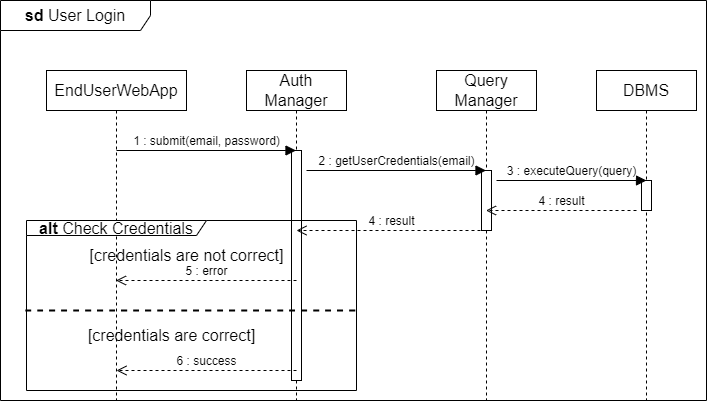
The draw.io diagram DD/images/runtimeviews/RuntimeView_UserLogin.png in pontig/sw-eng-2-PasiniPontiggiaStasi, before a commit. Source tidied: cells renumbered, new cells last; positions are measured from the earlier drawing's top-left corner, leaving out a move shared by most shapes. Its diagram source:
```xml
<mxGraphModel>
  <root>
    <mxCell id="0" />
    <mxCell id="1" parent="0" />
    <mxCell id="2" value="&lt;b&gt;sd &lt;/b&gt;User Login" style="shape=umlFrame;whiteSpace=wrap;html=1;fontSize=16;width=150;height=30;" parent="1" vertex="1">
      <mxGeometry width="706" height="400" as="geometry" />
    </mxCell>
    <mxCell id="3" value="EndUserWebApp" style="shape=umlLifeline;perimeter=lifelinePerimeter;whiteSpace=wrap;html=1;outlineConnect=0;portConstraint=eastwest;newEdgeStyle={&quot;curved&quot;:0,&quot;rounded&quot;:0};fontSize=16;" parent="1" vertex="1">
      <mxGeometry x="46" y="70" width="140" height="330" as="geometry" />
    </mxCell>
    <mxCell id="4" value="Auth Manager" style="shape=umlLifeline;perimeter=lifelinePerimeter;whiteSpace=wrap;html=1;outlineConnect=0;portConstraint=eastwest;newEdgeStyle={&quot;curved&quot;:0,&quot;rounded&quot;:0};fontSize=16;" parent="1" vertex="1">
      <mxGeometry x="246" y="70" width="100" height="330" as="geometry" />
    </mxCell>
    <mxCell id="5" style="html=1;perimeter=orthogonalPerimeter;targetShapes=umlLifeline;newEdgeStyle={&quot;curved&quot;:0,&quot;rounded&quot;:0};fontSize=16;" parent="4" vertex="1">
      <mxGeometry x="45" y="80" width="10" height="230" as="geometry" />
    </mxCell>
    <mxCell id="6" value="Query Manager" style="shape=umlLifeline;perimeter=lifelinePerimeter;whiteSpace=wrap;html=1;outlineConnect=0;portConstraint=eastwest;newEdgeStyle={&quot;curved&quot;:0,&quot;rounded&quot;:0};fontSize=16;" parent="1" vertex="1">
      <mxGeometry x="436" y="70" width="100" height="330" as="geometry" />
    </mxCell>
    <mxCell id="7" style="html=1;perimeter=orthogonalPerimeter;targetShapes=umlLifeline;newEdgeStyle={&quot;curved&quot;:0,&quot;rounded&quot;:0};fontSize=16;" parent="6" vertex="1">
      <mxGeometry x="45" y="100" width="10" height="60" as="geometry" />
    </mxCell>
    <mxCell id="8" value="DBMS" style="shape=umlLifeline;perimeter=lifelinePerimeter;whiteSpace=wrap;html=1;newEdgeStyle={&quot;curved&quot;:0,&quot;rounded&quot;:0};fontSize=16;" parent="1" vertex="1">
      <mxGeometry x="596" y="70" width="100" height="330" as="geometry" />
    </mxCell>
    <mxCell id="9" style="html=1;perimeter=orthogonalPerimeter;targetShapes=umlLifeline;newEdgeStyle={&quot;curved&quot;:0,&quot;rounded&quot;:0};fontSize=16;" parent="8" vertex="1">
      <mxGeometry x="45" y="110" width="10" height="30" as="geometry" />
    </mxCell>
    <mxCell id="10" value="1 : submit(email, password)" style="html=1;verticalAlign=bottom;endArrow=block;curved=0;rounded=0;fontSize=12;startSize=8;endSize=8;" parent="1" edge="1" target="4">
      <mxGeometry relative="1" as="geometry">
        <mxPoint x="116" y="150" as="sourcePoint" />
      </mxGeometry>
    </mxCell>
    <mxCell id="11" value="2 : getUserCredentials(email)" style="html=1;verticalAlign=bottom;endArrow=block;curved=0;rounded=0;fontSize=12;startSize=8;endSize=8;" parent="1" edge="1" target="6">
      <mxGeometry relative="1" as="geometry">
        <mxPoint x="306" y="170" as="sourcePoint" />
      </mxGeometry>
    </mxCell>
    <mxCell id="12" value="3 : executeQuery(query)" style="html=1;verticalAlign=bottom;endArrow=block;curved=0;rounded=0;fontSize=12;startSize=8;endSize=8;" parent="1" edge="1">
      <mxGeometry relative="1" as="geometry">
        <mxPoint x="496" y="180" as="sourcePoint" />
        <mxPoint x="646" y="180" as="targetPoint" />
      </mxGeometry>
    </mxCell>
    <mxCell id="13" value="4 : result" style="html=1;verticalAlign=bottom;endArrow=open;dashed=1;endSize=8;curved=0;rounded=0;fontSize=12;" parent="1" edge="1" target="6">
      <mxGeometry relative="1" as="geometry">
        <mxPoint x="636" y="210" as="sourcePoint" />
      </mxGeometry>
    </mxCell>
    <mxCell id="14" value="4 : result" style="html=1;verticalAlign=bottom;endArrow=open;dashed=1;endSize=8;curved=0;rounded=0;fontSize=12;" parent="1" edge="1">
      <mxGeometry relative="1" as="geometry">
        <mxPoint x="486" y="230" as="sourcePoint" />
        <mxPoint x="296" y="230" as="targetPoint" />
      </mxGeometry>
    </mxCell>
    <mxCell id="15" value="&lt;b&gt;alt &lt;/b&gt;Check Credentials" style="shape=umlFrame;whiteSpace=wrap;html=1;fontSize=16;width=180;height=15;" parent="1" vertex="1">
      <mxGeometry x="26" y="220" width="330" height="170" as="geometry" />
    </mxCell>
    <mxCell id="16" value="[credentials are not correct]" style="text;html=1;align=center;verticalAlign=middle;strokeColor=none;fillColor=none;fontSize=16;" parent="1" vertex="1">
      <mxGeometry x="76" y="240" width="220" height="30" as="geometry" />
    </mxCell>
    <mxCell id="17" value="5 : error" style="html=1;verticalAlign=bottom;endArrow=open;dashed=1;endSize=8;curved=0;rounded=0;fontSize=12;" parent="1" edge="1" target="3">
      <mxGeometry relative="1" as="geometry">
        <mxPoint x="296" y="280" as="sourcePoint" />
      </mxGeometry>
    </mxCell>
    <mxCell id="18" style="endArrow=none;dashed=1;html=1;rounded=0;fontSize=12;startSize=8;endSize=8;curved=1;strokeWidth=2;" parent="1" edge="1">
      <mxGeometry relative="1" as="geometry">
        <mxPoint x="24.8" y="310" as="sourcePoint" />
        <mxPoint x="356" y="310" as="targetPoint" />
      </mxGeometry>
    </mxCell>
    <mxCell id="19" value="[credentials are correct]" style="text;html=1;align=center;verticalAlign=middle;strokeColor=none;fillColor=none;fontSize=16;" parent="1" vertex="1">
      <mxGeometry x="76" y="320" width="190" height="30" as="geometry" />
    </mxCell>
    <mxCell id="20" value="6 : success" style="html=1;verticalAlign=bottom;endArrow=open;dashed=1;endSize=8;curved=0;rounded=0;fontSize=12;" parent="1" edge="1">
      <mxGeometry relative="1" as="geometry">
        <mxPoint x="296" y="370" as="sourcePoint" />
        <mxPoint x="116" y="370" as="targetPoint" />
      </mxGeometry>
    </mxCell>
  </root>
</mxGraphModel>
```
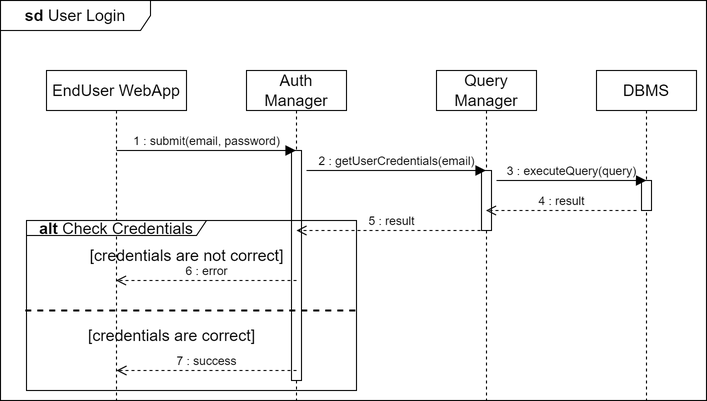
The same diagram one commit later.

What changed in the source:
```diff
@@ -5,7 +5,7 @@
     <mxCell id="2" value="&lt;b&gt;sd &lt;/b&gt;User Login" style="shape=umlFrame;whiteSpace=wrap;html=1;fontSize=16;width=150;height=30;" parent="1" vertex="1">
       <mxGeometry width="706" height="400" as="geometry" />
     </mxCell>
-    <mxCell id="3" value="EndUserWebApp" style="shape=umlLifeline;perimeter=lifelinePerimeter;whiteSpace=wrap;html=1;outlineConnect=0;portConstraint=eastwest;newEdgeStyle={&quot;curved&quot;:0,&quot;rounded&quot;:0};fontSize=16;" parent="1" vertex="1">
+    <mxCell id="3" value="EndUser WebApp" style="shape=umlLifeline;perimeter=lifelinePerimeter;whiteSpace=wrap;html=1;outlineConnect=0;portConstraint=eastwest;newEdgeStyle={&quot;curved&quot;:0,&quot;rounded&quot;:0};fontSize=16;" parent="1" vertex="1">
       <mxGeometry x="46" y="70" width="140" height="330" as="geometry" />
     </mxCell>
     <mxCell id="4" value="Auth Manager" style="shape=umlLifeline;perimeter=lifelinePerimeter;whiteSpace=wrap;html=1;outlineConnect=0;portConstraint=eastwest;newEdgeStyle={&quot;curved&quot;:0,&quot;rounded&quot;:0};fontSize=16;" parent="1" vertex="1">
@@ -47,7 +47,7 @@
         <mxPoint x="636" y="210" as="sourcePoint" />
       </mxGeometry>
     </mxCell>
-    <mxCell id="14" value="4 : result" style="html=1;verticalAlign=bottom;endArrow=open;dashed=1;endSize=8;curved=0;rounded=0;fontSize=12;" parent="1" edge="1">
+    <mxCell id="14" value="5 : result" style="html=1;verticalAlign=bottom;endArrow=open;dashed=1;endSize=8;curved=0;rounded=0;fontSize=12;" parent="1" edge="1">
       <mxGeometry relative="1" as="geometry">
         <mxPoint x="486" y="230" as="sourcePoint" />
         <mxPoint x="296" y="230" as="targetPoint" />
@@ -59,7 +59,7 @@
     <mxCell id="16" value="[credentials are not correct]" style="text;html=1;align=center;verticalAlign=middle;strokeColor=none;fillColor=none;fontSize=16;" parent="1" vertex="1">
       <mxGeometry x="76" y="240" width="220" height="30" as="geometry" />
     </mxCell>
-    <mxCell id="17" value="5 : error" style="html=1;verticalAlign=bottom;endArrow=open;dashed=1;endSize=8;curved=0;rounded=0;fontSize=12;" parent="1" edge="1" target="3">
+    <mxCell id="17" value="6 : error" style="html=1;verticalAlign=bottom;endArrow=open;dashed=1;endSize=8;curved=0;rounded=0;fontSize=12;" parent="1" edge="1" target="3">
       <mxGeometry relative="1" as="geometry">
         <mxPoint x="296" y="280" as="sourcePoint" />
       </mxGeometry>
@@ -73,7 +73,7 @@
     <mxCell id="19" value="[credentials are correct]" style="text;html=1;align=center;verticalAlign=middle;strokeColor=none;fillColor=none;fontSize=16;" parent="1" vertex="1">
       <mxGeometry x="76" y="320" width="190" height="30" as="geometry" />
     </mxCell>
-    <mxCell id="20" value="6 : success" style="html=1;verticalAlign=bottom;endArrow=open;dashed=1;endSize=8;curved=0;rounded=0;fontSize=12;" parent="1" edge="1">
+    <mxCell id="20" value="7 : success" style="html=1;verticalAlign=bottom;endArrow=open;dashed=1;endSize=8;curved=0;rounded=0;fontSize=12;" parent="1" edge="1">
       <mxGeometry relative="1" as="geometry">
         <mxPoint x="296" y="370" as="sourcePoint" />
         <mxPoint x="116" y="370" as="targetPoint" />
```
